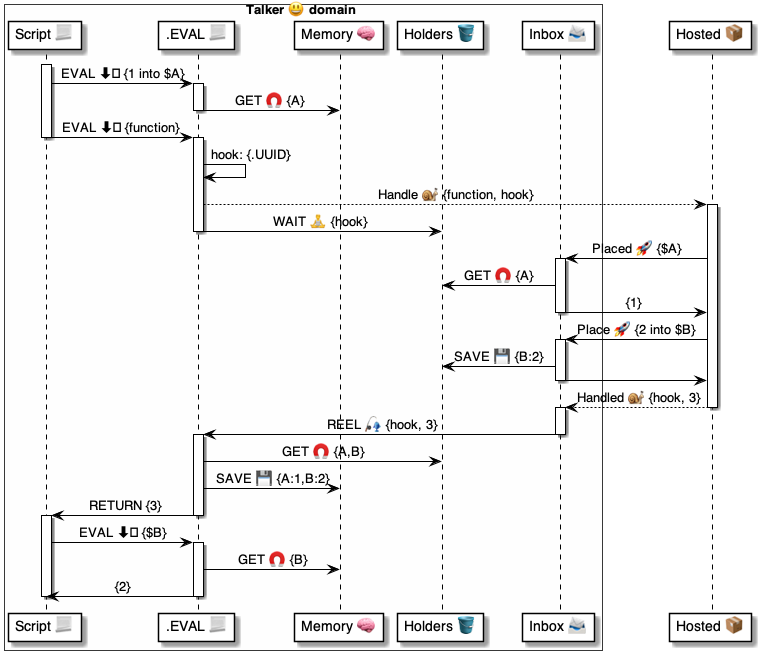
Before: 4 ⚙️ Solution/35 💬 Chats/Scripts 📃/📃 holders 🧠/EVAL ⬇️/⬇️ EVAL ⚙️ uml.png, a diagram exported from PlantUML (pollyweb-org/pollyweb-docs). Its source is kept beside it as 4 ⚙️ Solution/35 💬 Chats/Scripts 📃/📃 holders 🧠/EVAL ⬇️/⬇️ EVAL ⚙️ uml.puml.
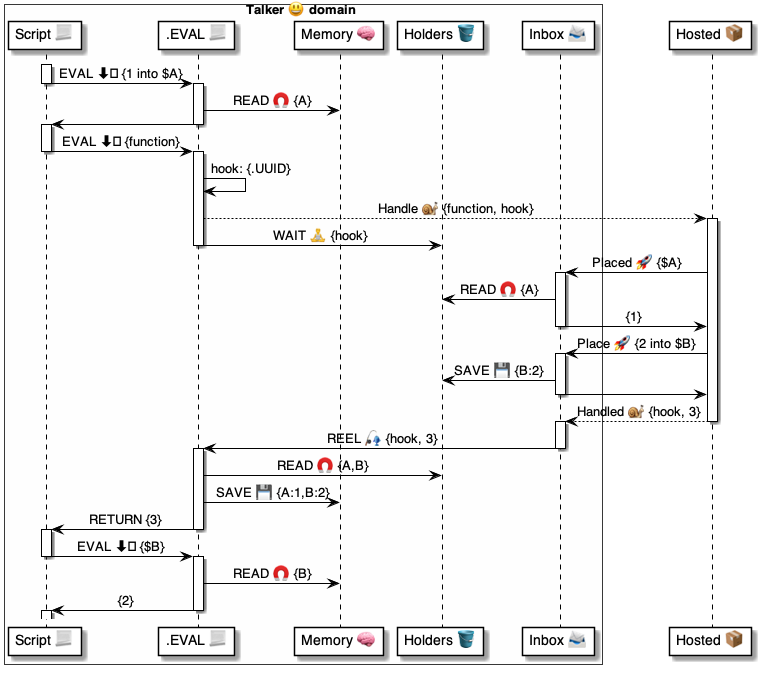
Later version of the same file.

What changed in the source:
```diff
@@ -16,7 +16,7 @@
 deactivate script
 
 activate talker
-    talker -> memory: GET 🧲 {A}
+    talker -> memory: READ 🧲 {A}
     talker -> script:
 deactivate talker
 
@@ -34,7 +34,7 @@
     hosted -> inbox: Placed 🚀 {$A}
 
     activate inbox
-        inbox -> holders: GET 🧲 {A}
+        inbox -> holders: READ 🧲 {A}
         inbox -> hosted: {1}
     deactivate inbox
 
@@ -52,7 +52,7 @@
 deactivate inbox
 
 activate talker
-    talker -> holders: GET 🧲 {A,B}
+    talker -> holders: READ 🧲 {A,B}
     talker -> memory: SAVE 💾 {A:1,B:2}
     talker -> script: RETURN {3}
 deactivate talker
@@ -62,7 +62,7 @@
 deactivate script
 
 activate talker
-    talker -> memory: GET 🧲 {B}
+    talker -> memory: READ 🧲 {B}
     talker -> script: {2}
 deactivate talker
 
```
